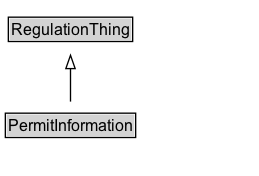
Earlier version of the Graphviz export docs/diagrams/PermitInformation.dot.png (k-vaughn/ontology-its-regulation). Its source is kept beside it as docs/diagrams/PermitInformation.dot.
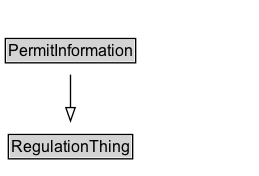
After the commit.

The edit, as a diff of the source:
```diff
@@ -2,14 +2,14 @@
 	graph [overlap=false rankdir=TB splines=true]
 	node [fontname=Arial fontsize=12 margin=0 shape=none]
 	edge [fontname=Arial fontsize=11]
+	PermitInformation [label=<<TABLE BORDER="1" CELLBORDER="0" CELLSPACING="0" CELLPADDING="1"><TR><TD BGCOLOR="lightgray" ALIGN="CENTER">PermitInformation</TD></TR></TABLE>> URL="../PermitInformation" margin=0]
 	{
 		rank=max
-		PermitInformation [label=<<TABLE BORDER="1" CELLBORDER="0" CELLSPACING="0" CELLPADDING="1"><TR><TD BGCOLOR="lightgray" ALIGN="CENTER" PORT="e">PermitInformation</TD></TR></TABLE>> URL="../PermitInformation.md" margin=0]
 	}
 	subgraph cluster_associated {
 		label="" style=invis
 		Invis [label=<<TABLE BORDER="0" CELLBORDER="0" CELLSPACING="0" CELLPADDING="1"><TR><TD></TD></TR></TABLE>> margin=0 style=invis]
 	}
-	RegulationThing [label=<<TABLE BORDER="1" CELLBORDER="0" CELLSPACING="0" CELLPADDING="1"><TR><TD BGCOLOR="lightgray" ALIGN="CENTER">RegulationThing</TD></TR></TABLE>> URL="../RegulationThing.md" margin=0]
+	RegulationThing [label=<<TABLE BORDER="1" CELLBORDER="0" CELLSPACING="0" CELLPADDING="1"><TR><TD BGCOLOR="lightgray" ALIGN="CENTER">RegulationThing</TD></TR></TABLE>> URL="../RegulationThing" margin=0]
 	PermitInformation -> RegulationThing [arrowhead=onormal style=solid]
 }
```
